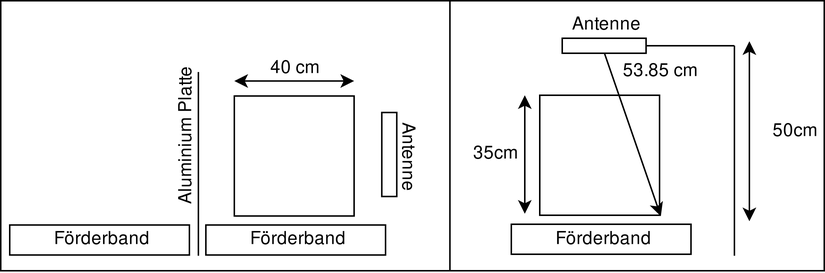
This is img/Positionierung_Antennen.png from HSLU-BaumannWicki/BDA_FS19-Machbarkeitsstudie, a draw.io export, as it was before one commit. Source tidied: cells renumbered, new cells last; positions are measured from the earlier drawing's top-left corner, leaving out a move shared by most shapes. Source of this version:
```xml
<mxGraphModel>
  <root>
    <mxCell id="0" />
    <mxCell id="1" parent="0" />
    <mxCell id="2" style="rounded=0;whiteSpace=wrap;html=1;" parent="1" vertex="1">
      <mxGeometry x="300" width="250" height="180" as="geometry" />
    </mxCell>
    <mxCell id="3" style="rounded=0;whiteSpace=wrap;html=1;" parent="1" vertex="1">
      <mxGeometry width="300" height="180" as="geometry" />
    </mxCell>
    <mxCell id="4" value="Förderband" style="rounded=0;whiteSpace=wrap;html=1;" parent="1" vertex="1">
      <mxGeometry x="137" y="149.5" width="120" height="20" as="geometry" />
    </mxCell>
    <mxCell id="5" style="rounded=0;whiteSpace=wrap;html=1;rotation=90;" parent="1" vertex="1">
      <mxGeometry x="231.5" y="97.5" width="56" height="10" as="geometry" />
    </mxCell>
    <mxCell id="6" value="Antenne" style="text;html=1;strokeColor=none;fillColor=none;align=center;verticalAlign=middle;whiteSpace=wrap;rounded=0;rotation=90;" parent="1" vertex="1">
      <mxGeometry x="250" y="95" width="46" height="15" as="geometry" />
    </mxCell>
    <mxCell id="7" style="whiteSpace=wrap;html=1;" parent="1" vertex="1">
      <mxGeometry x="156" y="63.5" width="80" height="80" as="geometry" />
    </mxCell>
    <mxCell id="8" style="endArrow=classic;startArrow=classic;html=1;" parent="1" edge="1">
      <mxGeometry relative="1" as="geometry">
        <mxPoint x="236" y="53.5" as="sourcePoint" />
        <mxPoint x="156" y="53.5" as="targetPoint" />
      </mxGeometry>
    </mxCell>
    <mxCell id="9" value="40 cm" style="text;html=1;strokeColor=none;fillColor=none;align=center;verticalAlign=middle;whiteSpace=wrap;rounded=0;rotation=0;direction=south;" parent="1" vertex="1">
      <mxGeometry x="175" y="37.5" width="42" height="14" as="geometry" />
    </mxCell>
    <mxCell id="10" value="Förderband" style="rounded=0;whiteSpace=wrap;html=1;" parent="1" vertex="1">
      <mxGeometry x="6" y="149.5" width="120" height="20" as="geometry" />
    </mxCell>
    <mxCell id="11" style="endArrow=none;html=1;" parent="1" edge="1">
      <mxGeometry relative="1" as="geometry">
        <mxPoint x="132" y="170" as="sourcePoint" />
        <mxPoint x="132" y="47.5" as="targetPoint" />
      </mxGeometry>
    </mxCell>
    <mxCell id="12" value="Aluminium Platte" style="text;html=1;strokeColor=none;fillColor=none;align=center;verticalAlign=middle;whiteSpace=wrap;rounded=0;rotation=-90;" parent="1" vertex="1">
      <mxGeometry x="78" y="85.5" width="92" height="13" as="geometry" />
    </mxCell>
    <mxCell id="13" style="endArrow=none;html=1;" parent="1" edge="1">
      <mxGeometry relative="1" as="geometry">
        <mxPoint x="431" y="30" as="sourcePoint" />
        <mxPoint x="490" y="30" as="targetPoint" />
      </mxGeometry>
    </mxCell>
    <mxCell id="14" value="Förderband" style="rounded=0;whiteSpace=wrap;html=1;" parent="1" vertex="1">
      <mxGeometry x="341" y="149" width="120" height="20" as="geometry" />
    </mxCell>
    <mxCell id="15" style="endArrow=none;html=1;" parent="1" edge="1">
      <mxGeometry relative="1" as="geometry">
        <mxPoint x="490" y="170" as="sourcePoint" />
        <mxPoint x="490" y="30" as="targetPoint" />
      </mxGeometry>
    </mxCell>
    <mxCell id="16" style="rounded=0;whiteSpace=wrap;html=1;" parent="1" vertex="1">
      <mxGeometry x="375" y="25" width="56" height="10" as="geometry" />
    </mxCell>
    <mxCell id="17" value="Antenne" style="text;html=1;strokeColor=none;fillColor=none;align=center;verticalAlign=middle;whiteSpace=wrap;rounded=0;" parent="1" vertex="1">
      <mxGeometry x="383" y="10" width="40" height="12" as="geometry" />
    </mxCell>
    <mxCell id="18" style="whiteSpace=wrap;html=1;" parent="1" vertex="1">
      <mxGeometry x="360" y="63" width="80" height="80" as="geometry" />
    </mxCell>
    <mxCell id="19" style="endArrow=classic;html=1;exitX=0.5;exitY=1;exitDx=0;exitDy=0;entryX=1.009;entryY=1.008;entryDx=0;entryDy=0;entryPerimeter=0;" parent="1" edge="1" source="16" target="18">
      <mxGeometry relative="1" as="geometry" />
    </mxCell>
    <mxCell id="20" style="endArrow=classic;startArrow=classic;html=1;" parent="1" edge="1">
      <mxGeometry relative="1" as="geometry">
        <mxPoint x="500" y="147" as="sourcePoint" />
        <mxPoint x="500" y="27" as="targetPoint" />
      </mxGeometry>
    </mxCell>
    <mxCell id="21" style="endArrow=classic;startArrow=classic;html=1;" parent="1" edge="1">
      <mxGeometry relative="1" as="geometry">
        <mxPoint x="350" y="142" as="sourcePoint" />
        <mxPoint x="350" y="63" as="targetPoint" />
      </mxGeometry>
    </mxCell>
    <mxCell id="22" value="35cm" style="text;html=1;strokeColor=none;fillColor=none;align=center;verticalAlign=middle;whiteSpace=wrap;rounded=0;" parent="1" vertex="1">
      <mxGeometry x="310" y="92" width="40" height="20" as="geometry" />
    </mxCell>
    <mxCell id="23" value="50cm" style="text;html=1;strokeColor=none;fillColor=none;align=center;verticalAlign=middle;whiteSpace=wrap;rounded=0;" parent="1" vertex="1">
      <mxGeometry x="510" y="77" width="40" height="20" as="geometry" />
    </mxCell>
    <mxCell id="24" value="&lt;div&gt;53.85 cm&lt;/div&gt;" style="text;html=1;strokeColor=none;fillColor=none;align=center;verticalAlign=middle;whiteSpace=wrap;rounded=0;" parent="1" vertex="1">
      <mxGeometry x="410" y="37" width="60" height="20" as="geometry" />
    </mxCell>
  </root>
</mxGraphModel>
```
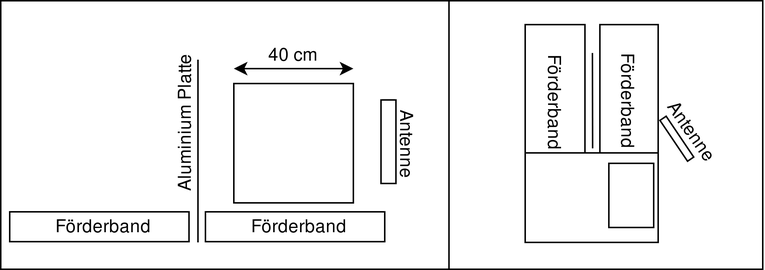
The same diagram one commit later.

Commit message:
Change the picture of the positionings for the antennas

Diff of the diagram source:
```diff
@@ -3,10 +3,10 @@
     <mxCell id="0" />
     <mxCell id="1" parent="0" />
     <mxCell id="2" style="rounded=0;whiteSpace=wrap;html=1;" parent="1" vertex="1">
-      <mxGeometry x="300" width="250" height="180" as="geometry" />
+      <mxGeometry x="300" y="8" width="210" height="180" as="geometry" />
     </mxCell>
     <mxCell id="3" style="rounded=0;whiteSpace=wrap;html=1;" parent="1" vertex="1">
-      <mxGeometry width="300" height="180" as="geometry" />
+      <mxGeometry y="8" width="300" height="180" as="geometry" />
     </mxCell>
     <mxCell id="4" value="Förderband" style="rounded=0;whiteSpace=wrap;html=1;" parent="1" vertex="1">
       <mxGeometry x="137" y="149.5" width="120" height="20" as="geometry" />
@@ -41,53 +41,29 @@
     <mxCell id="12" value="Aluminium Platte" style="text;html=1;strokeColor=none;fillColor=none;align=center;verticalAlign=middle;whiteSpace=wrap;rounded=0;rotation=-90;" parent="1" vertex="1">
       <mxGeometry x="78" y="85.5" width="92" height="13" as="geometry" />
     </mxCell>
-    <mxCell id="13" style="endArrow=none;html=1;" parent="1" edge="1">
-      <mxGeometry relative="1" as="geometry">
-        <mxPoint x="431" y="30" as="sourcePoint" />
-        <mxPoint x="490" y="30" as="targetPoint" />
-      </mxGeometry>
-    </mxCell>
-    <mxCell id="14" value="Förderband" style="rounded=0;whiteSpace=wrap;html=1;" parent="1" vertex="1">
-      <mxGeometry x="341" y="149" width="120" height="20" as="geometry" />
-    </mxCell>
-    <mxCell id="15" style="endArrow=none;html=1;" parent="1" edge="1">
-      <mxGeometry relative="1" as="geometry">
-        <mxPoint x="490" y="170" as="sourcePoint" />
-        <mxPoint x="490" y="30" as="targetPoint" />
-      </mxGeometry>
-    </mxCell>
-    <mxCell id="16" style="rounded=0;whiteSpace=wrap;html=1;" parent="1" vertex="1">
-      <mxGeometry x="375" y="25" width="56" height="10" as="geometry" />
-    </mxCell>
+    <mxCell id="25" value="Förderband" style="rounded=0;whiteSpace=wrap;html=1;rotation=90;" parent="1" vertex="1">
+      <mxGeometry x="321" y="54" width="100" height="40" as="geometry" />
+    </mxCell>
+    <mxCell id="26" value="Förderband" style="rounded=0;whiteSpace=wrap;html=1;rotation=90;align=center;" parent="1" vertex="1">
+      <mxGeometry x="372" y="53" width="97" height="39" as="geometry" />
+    </mxCell>
+    <mxCell id="27" style="rounded=0;whiteSpace=wrap;html=1;rotation=0;" parent="1" vertex="1">
+      <mxGeometry x="351" y="110" width="89" height="60" as="geometry" />
+    </mxCell>
+    <mxCell id="28" style="rounded=0;whiteSpace=wrap;html=1;rotation=56;" parent="1" vertex="1">
+      <mxGeometry x="436" y="98" width="33" height="5" as="geometry" />
+    </mxCell>
-    <mxCell id="17" value="Antenne" style="text;html=1;strokeColor=none;fillColor=none;align=center;verticalAlign=middle;whiteSpace=wrap;rounded=0;" parent="1" vertex="1">
-      <mxGeometry x="383" y="10" width="40" height="12" as="geometry" />
+    <mxCell id="17" value="Antenne" style="text;html=1;strokeColor=none;fillColor=none;align=center;verticalAlign=middle;whiteSpace=wrap;rounded=0;rotation=55;" parent="1" vertex="1">
+      <mxGeometry x="438" y="88" width="46" height="15" as="geometry" />
     </mxCell>
-    <mxCell id="18" style="whiteSpace=wrap;html=1;" parent="1" vertex="1">
-      <mxGeometry x="360" y="63" width="80" height="80" as="geometry" />
-    </mxCell>
-    <mxCell id="19" style="endArrow=classic;html=1;exitX=0.5;exitY=1;exitDx=0;exitDy=0;entryX=1.009;entryY=1.008;entryDx=0;entryDy=0;entryPerimeter=0;" parent="1" edge="1" source="16" target="18">
-      <mxGeometry relative="1" as="geometry" />
-    </mxCell>
-    <mxCell id="20" style="endArrow=classic;startArrow=classic;html=1;" parent="1" edge="1">
-      <mxGeometry relative="1" as="geometry">
-        <mxPoint x="500" y="147" as="sourcePoint" />
-        <mxPoint x="500" y="27" as="targetPoint" />
-      </mxGeometry>
-    </mxCell>
-    <mxCell id="21" style="endArrow=classic;startArrow=classic;html=1;" parent="1" edge="1">
-      <mxGeometry relative="1" as="geometry">
-        <mxPoint x="350" y="142" as="sourcePoint" />
-        <mxPoint x="350" y="63" as="targetPoint" />
-      </mxGeometry>
-    </mxCell>
-    <mxCell id="22" value="35cm" style="text;html=1;strokeColor=none;fillColor=none;align=center;verticalAlign=middle;whiteSpace=wrap;rounded=0;" parent="1" vertex="1">
-      <mxGeometry x="310" y="92" width="40" height="20" as="geometry" />
-    </mxCell>
-    <mxCell id="23" value="50cm" style="text;html=1;strokeColor=none;fillColor=none;align=center;verticalAlign=middle;whiteSpace=wrap;rounded=0;" parent="1" vertex="1">
-      <mxGeometry x="510" y="77" width="40" height="20" as="geometry" />
-    </mxCell>
-    <mxCell id="24" value="&lt;div&gt;53.85 cm&lt;/div&gt;" style="text;html=1;strokeColor=none;fillColor=none;align=center;verticalAlign=middle;whiteSpace=wrap;rounded=0;" parent="1" vertex="1">
-      <mxGeometry x="410" y="37" width="60" height="20" as="geometry" />
-    </mxCell>
+    <mxCell id="29" style="rounded=0;whiteSpace=wrap;html=1;direction=west;" parent="1" vertex="1">
+      <mxGeometry x="407" y="117" width="30" height="43" as="geometry" />
+    </mxCell>
+    <mxCell id="30" style="endArrow=none;html=1;exitX=0.519;exitY=0.55;exitDx=0;exitDy=0;exitPerimeter=0;" parent="1" edge="1">
+      <mxGeometry relative="1" as="geometry">
+        <mxPoint x="396.1" y="107" as="sourcePoint" />
+        <mxPoint x="396" y="43" as="targetPoint" />
+      </mxGeometry>
+    </mxCell>
   </root>
 </mxGraphModel>
```
